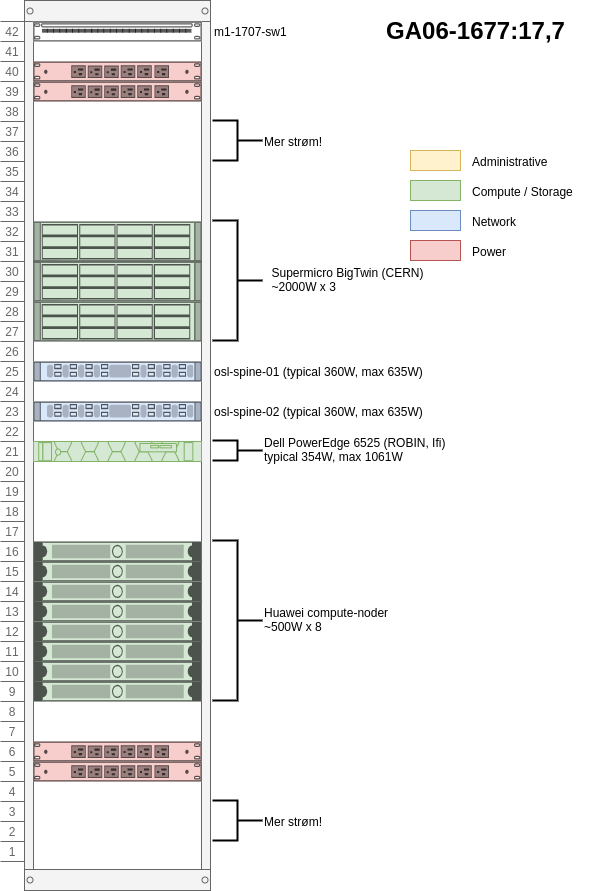
norcams/iaas keeps this draw.io diagram as docs/team/development/images/osl-rack-4.png. Above is the earlier version. Source tidied: cells renumbered, new cells last; positions are measured from the earlier drawing's top-left corner, leaving out a move shared by most shapes.
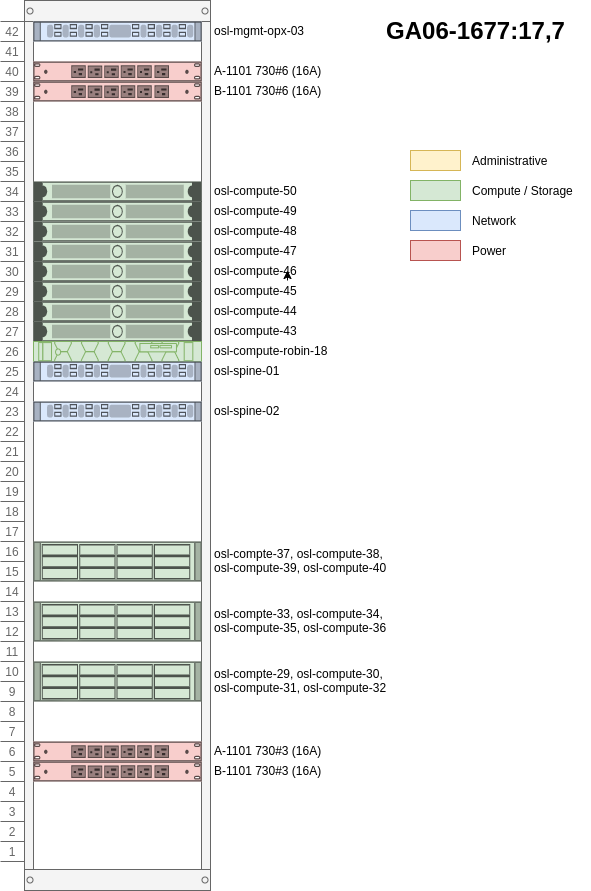
The same file after the commit.

Change to the diagram source:
```diff
@@ -5,60 +5,60 @@
     <mxCell id="2" style="strokeColor=#666666;html=1;verticalLabelPosition=bottom;labelBackgroundColor=#ffffff;verticalAlign=top;shadow=0;dashed=0;shape=mxgraph.rackGeneral.container;fillColor2=#f4f4f4;allowGaps=1;textColor=#666666;numDisp=ascend;" parent="1" vertex="1">
       <mxGeometry width="210" height="890" as="geometry" />
     </mxCell>
-    <mxCell id="3" style="strokeColor=#666666;html=1;labelPosition=right;align=left;spacingLeft=15;shadow=0;dashed=0;shape=mxgraph.rack.general.cat5e_rack_mount_patch_panel_24_ports;" parent="2" vertex="1">
-      <mxGeometry x="33" y="21" width="168" height="20" as="geometry" />
-    </mxCell>
+    <mxCell id="44" style="shape=mxgraph.rack.cisco.cisco_nexus_3016_switch;html=1;labelPosition=right;align=left;spacingLeft=15;dashed=0;shadow=0;fillColor=#dae8fc;strokeColor=#6c8ebf;" parent="2" vertex="1">
+      <mxGeometry x="33" y="21" width="168" height="20" as="geometry" />
+    </mxCell>
     <mxCell id="4" style="strokeColor=#b85450;html=1;labelPosition=right;align=left;spacingLeft=15;shadow=0;dashed=0;shape=mxgraph.rack.dell.power_strip;labelBackgroundColor=#DDFF00;fillColor=#f8cecc;" parent="2" vertex="1">
       <mxGeometry x="33" y="61" width="168" height="20" as="geometry" />
     </mxCell>
-    <mxCell id="5" style="shape=mxgraph.rack.cisco.cisco_physical_security_multiservice_platform_2u;html=1;labelPosition=right;align=left;spacingLeft=15;dashed=0;shadow=0;fillColor=#d5e8d4;strokeColor=#82b366;" parent="2" vertex="1">
-      <mxGeometry x="33" y="221" width="168" height="40" as="geometry" />
-    </mxCell>
-    <mxCell id="6" style="shape=mxgraph.rack.cisco.cisco_physical_security_multiservice_platform_2u;html=1;labelPosition=right;align=left;spacingLeft=15;dashed=0;shadow=0;fillColor=#d5e8d4;strokeColor=#82b366;" parent="2" vertex="1">
-      <mxGeometry x="33" y="261" width="168" height="40" as="geometry" />
-    </mxCell>
-    <mxCell id="7" style="shape=mxgraph.rack.cisco.cisco_nexus_3016_switch;html=1;labelPosition=right;align=left;spacingLeft=15;dashed=0;shadow=0;fillColor=#dae8fc;strokeColor=#6c8ebf;" parent="2" vertex="1">
-      <mxGeometry x="33" y="361" width="168" height="20" as="geometry" />
-    </mxCell>
-    <mxCell id="8" style="shape=mxgraph.rack.cisco.cisco_nexus_3016_switch;html=1;labelPosition=right;align=left;spacingLeft=15;dashed=0;shadow=0;fillColor=#dae8fc;strokeColor=#6c8ebf;" parent="2" vertex="1">
-      <mxGeometry x="33" y="401" width="168" height="20" as="geometry" />
-    </mxCell>
-    <mxCell id="9" style="strokeColor=#82b366;html=1;labelPosition=right;align=left;spacingLeft=15;shadow=0;dashed=0;shape=mxgraph.rack.dell.poweredge_r6525;fillColor=#d5e8d4;" parent="2" vertex="1">
-      <mxGeometry x="33" y="441" width="168" height="20" as="geometry" />
-    </mxCell>
     <mxCell id="10" style="strokeColor=#82b366;html=1;labelPosition=right;align=left;spacingLeft=15;shadow=0;dashed=0;shape=mxgraph.rack.general.1u_rack_server;fillColor=#d5e8d4;" parent="2" vertex="1">
-      <mxGeometry x="33" y="541" width="168" height="20" as="geometry" />
+      <mxGeometry x="33" y="181" width="168" height="20" as="geometry" />
     </mxCell>
     <mxCell id="11" style="strokeColor=#82b366;html=1;labelPosition=right;align=left;spacingLeft=15;shadow=0;dashed=0;shape=mxgraph.rack.general.1u_rack_server;fillColor=#d5e8d4;" parent="2" vertex="1">
-      <mxGeometry x="33" y="561" width="168" height="20" as="geometry" />
+      <mxGeometry x="33" y="201" width="168" height="20" as="geometry" />
     </mxCell>
     <mxCell id="12" style="strokeColor=#82b366;html=1;labelPosition=right;align=left;spacingLeft=15;shadow=0;dashed=0;shape=mxgraph.rack.general.1u_rack_server;fillColor=#d5e8d4;" parent="2" vertex="1">
-      <mxGeometry x="33" y="581" width="168" height="20" as="geometry" />
+      <mxGeometry x="33" y="221" width="168" height="20" as="geometry" />
     </mxCell>
     <mxCell id="13" style="strokeColor=#82b366;html=1;labelPosition=right;align=left;spacingLeft=15;shadow=0;dashed=0;shape=mxgraph.rack.general.1u_rack_server;fillColor=#d5e8d4;" parent="2" vertex="1">
-      <mxGeometry x="33" y="601" width="168" height="20" as="geometry" />
+      <mxGeometry x="33" y="241" width="168" height="20" as="geometry" />
     </mxCell>
     <mxCell id="14" style="strokeColor=#82b366;html=1;labelPosition=right;align=left;spacingLeft=15;shadow=0;dashed=0;shape=mxgraph.rack.general.1u_rack_server;fillColor=#d5e8d4;" parent="2" vertex="1">
-      <mxGeometry x="33" y="621" width="168" height="20" as="geometry" />
+      <mxGeometry x="33" y="261" width="168" height="20" as="geometry" />
     </mxCell>
+    <mxCell id="17" style="strokeColor=#82b366;html=1;labelPosition=right;align=left;spacingLeft=15;shadow=0;dashed=0;shape=mxgraph.rack.general.1u_rack_server;fillColor=#d5e8d4;" parent="2" vertex="1">
+      <mxGeometry x="33" y="321" width="168" height="20" as="geometry" />
+    </mxCell>
+    <mxCell id="16" style="strokeColor=#82b366;html=1;labelPosition=right;align=left;spacingLeft=15;shadow=0;dashed=0;shape=mxgraph.rack.general.1u_rack_server;fillColor=#d5e8d4;" parent="2" vertex="1">
+      <mxGeometry x="33" y="301" width="168" height="20" as="geometry" />
+    </mxCell>
     <mxCell id="15" style="strokeColor=#82b366;html=1;labelPosition=right;align=left;spacingLeft=15;shadow=0;dashed=0;shape=mxgraph.rack.general.1u_rack_server;fillColor=#d5e8d4;" parent="2" vertex="1">
-      <mxGeometry x="33" y="641" width="168" height="20" as="geometry" />
+      <mxGeometry x="33" y="281" width="168" height="20" as="geometry" />
     </mxCell>
-    <mxCell id="16" style="strokeColor=#82b366;html=1;labelPosition=right;align=left;spacingLeft=15;shadow=0;dashed=0;shape=mxgraph.rack.general.1u_rack_server;fillColor=#d5e8d4;" parent="2" vertex="1">
-      <mxGeometry x="33" y="661" width="168" height="20" as="geometry" />
-    </mxCell>
-    <mxCell id="17" style="strokeColor=#82b366;html=1;labelPosition=right;align=left;spacingLeft=15;shadow=0;dashed=0;shape=mxgraph.rack.general.1u_rack_server;fillColor=#d5e8d4;" parent="2" vertex="1">
-      <mxGeometry x="33" y="681" width="168" height="20" as="geometry" />
-    </mxCell>
+    <mxCell id="9" style="strokeColor=#82b366;html=1;labelPosition=right;align=left;spacingLeft=15;shadow=0;dashed=0;shape=mxgraph.rack.dell.poweredge_r6525;fillColor=#d5e8d4;" parent="2" vertex="1">
+      <mxGeometry x="33" y="341" width="168" height="20" as="geometry" />
+    </mxCell>
+    <mxCell id="7" style="shape=mxgraph.rack.cisco.cisco_nexus_3016_switch;html=1;labelPosition=right;align=left;spacingLeft=15;dashed=0;shadow=0;fillColor=#dae8fc;strokeColor=#6c8ebf;" parent="2" vertex="1">
+      <mxGeometry x="33" y="361" width="168" height="20" as="geometry" />
+    </mxCell>
+    <mxCell id="8" style="shape=mxgraph.rack.cisco.cisco_nexus_3016_switch;html=1;labelPosition=right;align=left;spacingLeft=15;dashed=0;shadow=0;fillColor=#dae8fc;strokeColor=#6c8ebf;" parent="2" vertex="1">
+      <mxGeometry x="33" y="401" width="168" height="20" as="geometry" />
+    </mxCell>
+    <mxCell id="20" style="shape=mxgraph.rack.cisco.cisco_physical_security_multiservice_platform_2u;html=1;labelPosition=right;align=left;spacingLeft=15;dashed=0;shadow=0;fillColor=#d5e8d4;strokeColor=#82b366;" parent="2" vertex="1">
+      <mxGeometry x="33" y="541" width="168" height="40" as="geometry" />
+    </mxCell>
+    <mxCell id="6" style="shape=mxgraph.rack.cisco.cisco_physical_security_multiservice_platform_2u;html=1;labelPosition=right;align=left;spacingLeft=15;dashed=0;shadow=0;fillColor=#d5e8d4;strokeColor=#82b366;" parent="2" vertex="1">
+      <mxGeometry x="33" y="601" width="168" height="40" as="geometry" />
+    </mxCell>
+    <mxCell id="5" style="shape=mxgraph.rack.cisco.cisco_physical_security_multiservice_platform_2u;html=1;labelPosition=right;align=left;spacingLeft=15;dashed=0;shadow=0;fillColor=#d5e8d4;strokeColor=#82b366;" parent="2" vertex="1">
+      <mxGeometry x="33" y="661" width="168" height="40" as="geometry" />
+    </mxCell>
     <mxCell id="18" style="strokeColor=#b85450;html=1;labelPosition=right;align=left;spacingLeft=15;shadow=0;dashed=0;shape=mxgraph.rack.dell.power_strip;labelBackgroundColor=#DDFF00;fillColor=#f8cecc;" parent="2" vertex="1">
       <mxGeometry x="33" y="741" width="168" height="20" as="geometry" />
     </mxCell>
     <mxCell id="19" style="strokeColor=#b85450;html=1;labelPosition=right;align=left;spacingLeft=15;shadow=0;dashed=0;shape=mxgraph.rack.dell.power_strip;labelBackgroundColor=#DDFF00;fillColor=#f8cecc;" parent="2" vertex="1">
       <mxGeometry x="33" y="81" width="168" height="20" as="geometry" />
     </mxCell>
-    <mxCell id="20" style="shape=mxgraph.rack.cisco.cisco_physical_security_multiservice_platform_2u;html=1;labelPosition=right;align=left;spacingLeft=15;dashed=0;shadow=0;fillColor=#d5e8d4;strokeColor=#82b366;" parent="2" vertex="1">
-      <mxGeometry x="33" y="301" width="168" height="40" as="geometry" />
-    </mxCell>
     <mxCell id="21" style="strokeColor=#b85450;html=1;labelPosition=right;align=left;spacingLeft=15;shadow=0;dashed=0;shape=mxgraph.rack.dell.power_strip;labelBackgroundColor=#DDFF00;fillColor=#f8cecc;" parent="2" vertex="1">
       <mxGeometry x="33" y="761" width="168" height="20" as="geometry" />
     </mxCell>
@@ -86,47 +86,73 @@
     <mxCell id="29" value="Power" style="text;html=1;align=left;verticalAlign=middle;" parent="1" vertex="1">
       <mxGeometry x="470" y="240" width="50" height="20" as="geometry" />
     </mxCell>
-    <mxCell id="30" value="osl-spine-01 (typical 360W, max 635W)" style="text;html=1;strokeColor=none;fillColor=none;align=left;verticalAlign=middle;whiteSpace=wrap;rounded=0;labelBackgroundColor=#ffffff;" parent="1" vertex="1">
-      <mxGeometry x="212" y="360" width="258" height="20" as="geometry" />
+    <mxCell id="30" value="osl-spine-01" style="text;html=1;strokeColor=none;fillColor=none;align=left;verticalAlign=middle;whiteSpace=wrap;rounded=0;labelBackgroundColor=#ffffff;" parent="1" vertex="1">
+      <mxGeometry x="212" y="360" width="78" height="20" as="geometry" />
     </mxCell>
-    <mxCell id="31" style="strokeWidth=2;html=1;shape=mxgraph.flowchart.annotation_2;align=left;labelPosition=right;direction=west;" parent="1" vertex="1">
-      <mxGeometry x="212" y="220" width="50" height="120" as="geometry" />
-    </mxCell>
-    <mxCell id="32" value="Supermicro BigTwin (CERN)&lt;br&gt;&lt;div style=&quot;text-align: left&quot;&gt;&lt;span&gt;~2000W x 3&lt;/span&gt;&lt;/div&gt;" style="text;html=1;align=center;verticalAlign=middle;" parent="1" vertex="1">
-      <mxGeometry x="262" y="265" width="170" height="30" as="geometry" />
-    </mxCell>
-    <mxCell id="33" value="m1-1707-sw1" style="text;html=1;strokeColor=none;fillColor=none;align=left;verticalAlign=middle;whiteSpace=wrap;rounded=0;labelBackgroundColor=#ffffff;" parent="1" vertex="1">
+    <mxCell id="33" value="osl-mgmt-opx-03" style="text;html=1;strokeColor=none;fillColor=none;align=left;verticalAlign=middle;whiteSpace=wrap;rounded=0;labelBackgroundColor=#ffffff;" parent="1" vertex="1">
       <mxGeometry x="212" y="20" width="100" height="20" as="geometry" />
     </mxCell>
-    <mxCell id="34" style="strokeWidth=2;html=1;shape=mxgraph.flowchart.annotation_2;align=left;labelPosition=right;direction=west;" parent="1" vertex="1">
-      <mxGeometry x="212" y="540" width="50" height="160" as="geometry" />
-    </mxCell>
-    <mxCell id="35" style="strokeWidth=2;html=1;shape=mxgraph.flowchart.annotation_2;align=left;labelPosition=right;direction=west;" parent="1" vertex="1">
-      <mxGeometry x="212" y="440" width="50" height="20" as="geometry" />
-    </mxCell>
-    <mxCell id="36" value="Dell PowerEdge 6525 (ROBIN, Ifi)&lt;br&gt;typical 354W, max 1061W" style="text;html=1;align=left;verticalAlign=middle;" parent="1" vertex="1">
-      <mxGeometry x="262" y="435" width="200" height="30" as="geometry" />
-    </mxCell>
-    <mxCell id="37" value="Huawei compute-noder&lt;br&gt;~500W x 8" style="text;html=1;align=left;verticalAlign=middle;" parent="1" vertex="1">
-      <mxGeometry x="262" y="605" width="140" height="30" as="geometry" />
-    </mxCell>
-    <mxCell id="38" style="strokeWidth=2;html=1;shape=mxgraph.flowchart.annotation_2;align=left;labelPosition=right;direction=west;" parent="1" vertex="1">
-      <mxGeometry x="212" y="120" width="50" height="40" as="geometry" />
-    </mxCell>
-    <mxCell id="39" value="Mer strøm!" style="text;html=1;align=left;verticalAlign=middle;" parent="1" vertex="1">
-      <mxGeometry x="262" y="130" width="70" height="20" as="geometry" />
-    </mxCell>
-    <mxCell id="40" style="strokeWidth=2;html=1;shape=mxgraph.flowchart.annotation_2;align=left;labelPosition=right;direction=west;" parent="1" vertex="1">
-      <mxGeometry x="212" y="800" width="50" height="40" as="geometry" />
-    </mxCell>
-    <mxCell id="41" value="Mer strøm!" style="text;html=1;align=left;verticalAlign=middle;" parent="1" vertex="1">
-      <mxGeometry x="262" y="810" width="70" height="20" as="geometry" />
-    </mxCell>
-    <mxCell id="42" value="osl-spine-02 (typical 360W, max 635W)" style="text;html=1;strokeColor=none;fillColor=none;align=left;verticalAlign=middle;whiteSpace=wrap;rounded=0;labelBackgroundColor=#ffffff;" parent="1" vertex="1">
-      <mxGeometry x="212" y="400" width="238" height="20" as="geometry" />
+    <mxCell id="42" value="osl-spine-02" style="text;html=1;strokeColor=none;fillColor=none;align=left;verticalAlign=middle;whiteSpace=wrap;rounded=0;labelBackgroundColor=#ffffff;" parent="1" vertex="1">
+      <mxGeometry x="212" y="400" width="78" height="20" as="geometry" />
     </mxCell>
     <mxCell id="43" value="&lt;font style=&quot;font-size: 24px&quot;&gt;&lt;b&gt;GA06-1677:17,7&lt;/b&gt;&lt;/font&gt;" style="text;html=1;align=center;verticalAlign=middle;" parent="1" vertex="1">
       <mxGeometry x="380" y="20" width="190" height="20" as="geometry" />
     </mxCell>
+    <mxCell id="45" value="osl-compute-43" style="text;html=1;strokeColor=none;fillColor=none;align=left;verticalAlign=middle;whiteSpace=wrap;rounded=0;labelBackgroundColor=#ffffff;" parent="1" vertex="1">
+      <mxGeometry x="212" y="320" width="100" height="20" as="geometry" />
+    </mxCell>
+    <mxCell id="46" value="osl-compute-44" style="text;html=1;strokeColor=none;fillColor=none;align=left;verticalAlign=middle;whiteSpace=wrap;rounded=0;labelBackgroundColor=#ffffff;" parent="1" vertex="1">
+      <mxGeometry x="212" y="300" width="100" height="20" as="geometry" />
+    </mxCell>
+    <mxCell id="47" value="osl-compute-45" style="text;html=1;strokeColor=none;fillColor=none;align=left;verticalAlign=middle;whiteSpace=wrap;rounded=0;labelBackgroundColor=#ffffff;" parent="1" vertex="1">
+      <mxGeometry x="212" y="280" width="100" height="20" as="geometry" />
+    </mxCell>
+    <mxCell id="48" value="osl-compute-46" style="text;html=1;strokeColor=none;fillColor=none;align=left;verticalAlign=middle;whiteSpace=wrap;rounded=0;labelBackgroundColor=#ffffff;" parent="1" vertex="1">
+      <mxGeometry x="212" y="260" width="100" height="20" as="geometry" />
+    </mxCell>
+    <mxCell id="49" value="osl-compute-47" style="text;html=1;strokeColor=none;fillColor=none;align=left;verticalAlign=middle;whiteSpace=wrap;rounded=0;labelBackgroundColor=#ffffff;" parent="1" vertex="1">
+      <mxGeometry x="212" y="240" width="100" height="20" as="geometry" />
+    </mxCell>
+    <mxCell id="50" value="osl-compute-48" style="text;html=1;strokeColor=none;fillColor=none;align=left;verticalAlign=middle;whiteSpace=wrap;rounded=0;labelBackgroundColor=#ffffff;" parent="1" vertex="1">
+      <mxGeometry x="212" y="220" width="100" height="20" as="geometry" />
+    </mxCell>
+    <mxCell id="51" value="osl-compute-49" style="text;html=1;strokeColor=none;fillColor=none;align=left;verticalAlign=middle;whiteSpace=wrap;rounded=0;labelBackgroundColor=#ffffff;" parent="1" vertex="1">
+      <mxGeometry x="212" y="200" width="100" height="20" as="geometry" />
+    </mxCell>
+    <mxCell id="52" value="osl-compute-50" style="text;html=1;strokeColor=none;fillColor=none;align=left;verticalAlign=middle;whiteSpace=wrap;rounded=0;labelBackgroundColor=#ffffff;" parent="1" vertex="1">
+      <mxGeometry x="212" y="180" width="100" height="20" as="geometry" />
+    </mxCell>
+    <mxCell id="53" style="edgeStyle=orthogonalEdgeStyle;rounded=0;orthogonalLoop=1;jettySize=auto;html=1;exitX=0.75;exitY=1;exitDx=0;exitDy=0;entryX=0.75;entryY=0.5;entryDx=0;entryDy=0;entryPerimeter=0;" parent="1" edge="1" source="48" target="48">
+      <mxGeometry relative="1" as="geometry">
+        <Array as="points">
+          <mxPoint x="287" y="270" />
+          <mxPoint x="287" y="270" />
+        </Array>
+      </mxGeometry>
+    </mxCell>
+    <mxCell id="54" value="A-1101 730#6 (16A)" style="text;html=1;strokeColor=none;fillColor=none;align=left;verticalAlign=middle;whiteSpace=wrap;rounded=0;labelBackgroundColor=#ffffff;" parent="1" vertex="1">
+      <mxGeometry x="212" y="60" width="128" height="20" as="geometry" />
+    </mxCell>
+    <mxCell id="55" value="B-1101 730#6 (16A)" style="text;html=1;strokeColor=none;fillColor=none;align=left;verticalAlign=middle;whiteSpace=wrap;rounded=0;labelBackgroundColor=#ffffff;" parent="1" vertex="1">
+      <mxGeometry x="212" y="80" width="128" height="20" as="geometry" />
+    </mxCell>
+    <mxCell id="56" value="A-1101 730#3 (16A)" style="text;html=1;strokeColor=none;fillColor=none;align=left;verticalAlign=middle;whiteSpace=wrap;rounded=0;labelBackgroundColor=#ffffff;" parent="1" vertex="1">
+      <mxGeometry x="212" y="740" width="128" height="20" as="geometry" />
+    </mxCell>
+    <mxCell id="57" value="B-1101 730#3 (16A)" style="text;html=1;strokeColor=none;fillColor=none;align=left;verticalAlign=middle;whiteSpace=wrap;rounded=0;labelBackgroundColor=#ffffff;" parent="1" vertex="1">
+      <mxGeometry x="212" y="760" width="128" height="20" as="geometry" />
+    </mxCell>
+    <mxCell id="58" value="osl-compute-robin-18" style="text;html=1;strokeColor=none;fillColor=none;align=left;verticalAlign=middle;whiteSpace=wrap;rounded=0;labelBackgroundColor=#ffffff;" parent="1" vertex="1">
+      <mxGeometry x="212" y="340" width="128" height="20" as="geometry" />
+    </mxCell>
+    <mxCell id="59" value="osl-compte-37, osl-compute-38, osl-compute-39, osl-compute-40" style="text;html=1;strokeColor=none;fillColor=none;align=left;verticalAlign=middle;whiteSpace=wrap;rounded=0;labelBackgroundColor=#ffffff;" parent="1" vertex="1">
+      <mxGeometry x="212" y="540" width="178" height="40" as="geometry" />
+    </mxCell>
+    <mxCell id="60" value="osl-compte-33, osl-compute-34, osl-compute-35, osl-compute-36" style="text;html=1;strokeColor=none;fillColor=none;align=left;verticalAlign=middle;whiteSpace=wrap;rounded=0;labelBackgroundColor=#ffffff;" parent="1" vertex="1">
+      <mxGeometry x="212" y="600" width="178" height="40" as="geometry" />
+    </mxCell>
+    <mxCell id="61" value="osl-compte-29, osl-compute-30, osl-compute-31, osl-compute-32" style="text;html=1;strokeColor=none;fillColor=none;align=left;verticalAlign=middle;whiteSpace=wrap;rounded=0;labelBackgroundColor=#ffffff;" parent="1" vertex="1">
+      <mxGeometry x="212" y="660" width="178" height="40" as="geometry" />
+    </mxCell>
   </root>
 </mxGraphModel>
```
